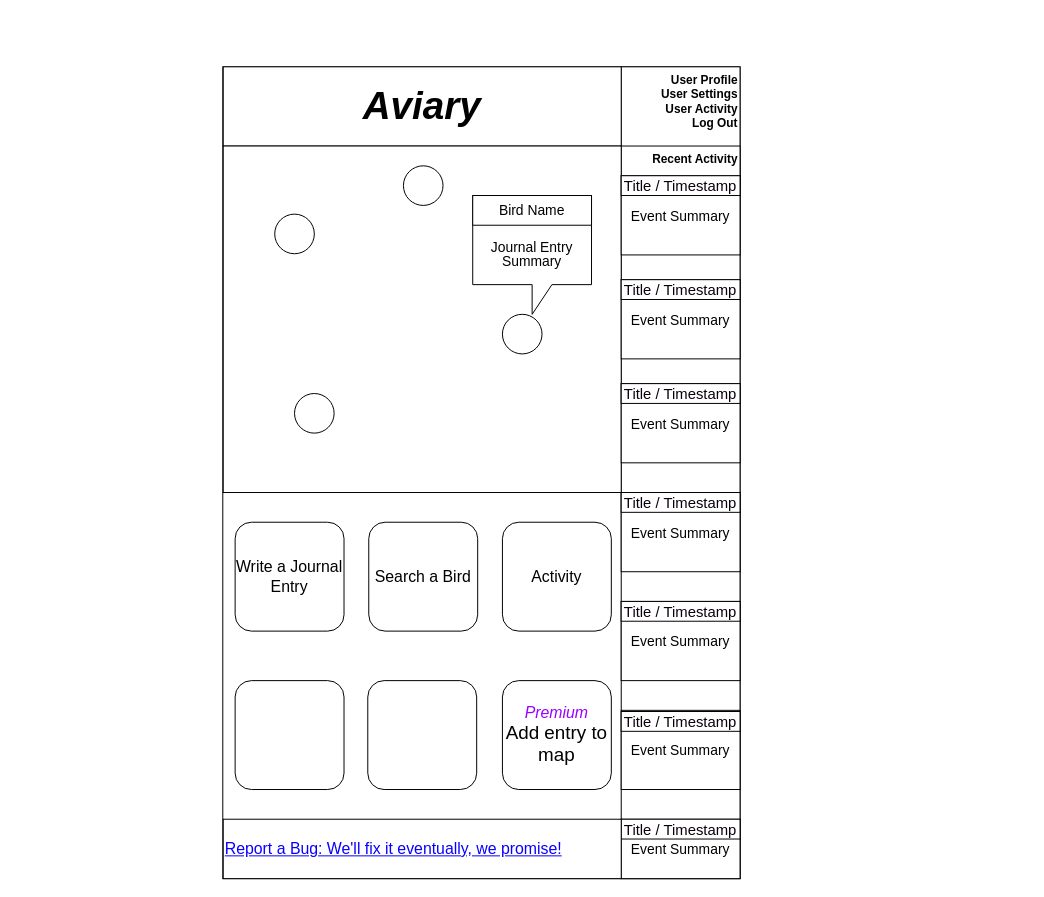
Earlier version of the draw.io diagram siteGUI.drawio (221205-test-engineering/Aviary-Build-A-Site). Source tidied: cells renumbered, new cells numbered last; positions are measured from the earlier drawing's top-left corner, leaving out a move shared by most shapes. Both pictures are drawn from the tidied source at 99%, with x=0, y=0 at pixel (75, 66).
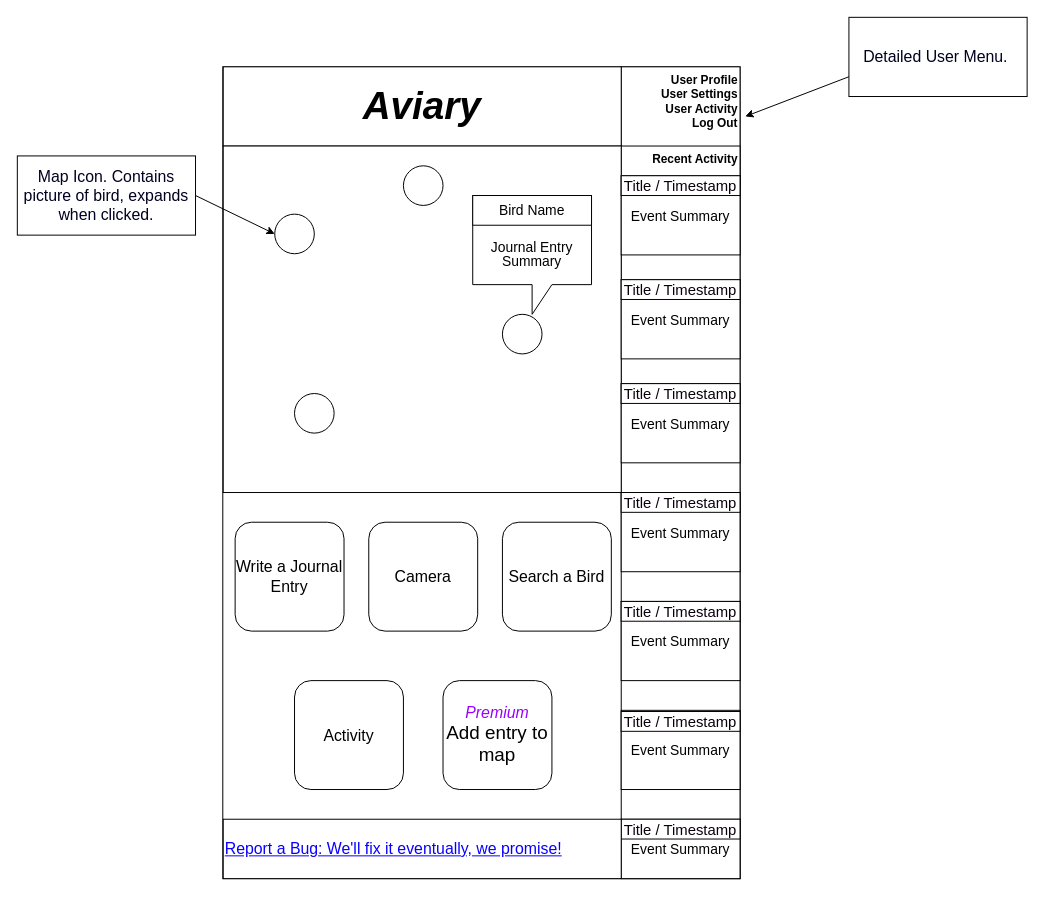
The same page after the edit.

Commit message:
added some explanations and moved the Camera button to somewhere it's less likely to be missed when the user is in a hurry

Unchanged cells that the change refers to:
```xml
<mxCell id="3" value="&lt;div style=&quot;&quot;&gt;&lt;span style=&quot;background-color: initial;&quot;&gt;User Profile&lt;/span&gt;&lt;/div&gt;&lt;div style=&quot;&quot;&gt;&lt;span style=&quot;background-color: initial;&quot;&gt;User Settings&lt;/span&gt;&lt;/div&gt;&lt;div style=&quot;&quot;&gt;&lt;span style=&quot;background-color: initial;&quot;&gt;User Activity&lt;/span&gt;&lt;/div&gt;&lt;div style=&quot;&quot;&gt;&lt;span style=&quot;background-color: initial;&quot;&gt;Log Out&lt;/span&gt;&lt;/div&gt;" style="whiteSpace=wrap;html=1;verticalAlign=top;fontStyle=1;fontFamily=Helvetica;align=right;" parent="1" vertex="1">
  <mxGeometry x="551" width="120" height="120" as="geometry" />
</mxCell>
<mxCell id="7" style="ellipse;whiteSpace=wrap;html=1;fontFamily=Helvetica;fontSize=15;" parent="1" vertex="1">
  <mxGeometry x="201" y="148.8" width="40" height="40" as="geometry" />
</mxCell>
```

The edit, as a diff of the source:
```diff
@@
     <mxCell id="27" value="Activity" style="rounded=1;whiteSpace=wrap;html=1;fontFamily=Helvetica;fontSize=16;fontColor=#000000;" parent="1" vertex="1">
-      <mxGeometry x="431" y="460" width="110" height="110" as="geometry" />
+      <mxGeometry x="221" y="620" width="110" height="110" as="geometry" />
     </mxCell>
     <mxCell id="28" value="Search a Bird" style="rounded=1;whiteSpace=wrap;html=1;fontFamily=Helvetica;fontSize=16;fontColor=#000000;" parent="1" vertex="1">
-      <mxGeometry x="296" y="460" width="110" height="110" as="geometry" />
+      <mxGeometry x="431" y="460" width="110" height="110" as="geometry" />
     </mxCell>
@@
-    <mxCell id="30" style="rounded=1;whiteSpace=wrap;html=1;fontFamily=Helvetica;fontSize=16;fontColor=#000000;" parent="1" vertex="1">
-      <mxGeometry x="161" y="620" width="110" height="110" as="geometry" />
-    </mxCell>
-    <mxCell id="31" style="rounded=1;whiteSpace=wrap;html=1;fontFamily=Helvetica;fontSize=39;fontColor=#000000;" parent="1" vertex="1">
-      <mxGeometry x="295" y="620" width="110" height="110" as="geometry" />
+    <mxCell id="31" value="Camera" style="rounded=1;whiteSpace=wrap;html=1;fontFamily=Helvetica;fontSize=16;fontColor=#000000;" parent="1" vertex="1">
+      <mxGeometry x="296" y="460" width="110" height="110" as="geometry" />
     </mxCell>
     <mxCell id="32" value="&lt;div style=&quot;&quot;&gt;&lt;font color=&quot;#9900ff&quot;&gt;&lt;i&gt;Premium&lt;/i&gt;&lt;/font&gt;&lt;/div&gt;&lt;div style=&quot;&quot;&gt;&lt;span style=&quot;background-color: initial; font-size: 19px;&quot;&gt;Add entry to map&lt;/span&gt;&lt;/div&gt;" style="rounded=1;whiteSpace=wrap;html=1;fontFamily=Helvetica;fontSize=16;fontColor=#000000;" parent="1" vertex="1">
-      <mxGeometry x="431" y="620" width="110" height="110" as="geometry" />
+      <mxGeometry x="371" y="620" width="110" height="110" as="geometry" />
     </mxCell>
@@
+    <mxCell id="34" style="endArrow=classic;html=1;rounded=0;fontFamily=Helvetica;fontSize=16;fontColor=#0800FF;entryX=0;entryY=0.5;entryDx=0;entryDy=0;" parent="1" edge="1" target="7">
+      <mxGeometry relative="1" as="geometry">
+        <mxPoint x="121" y="130" as="sourcePoint" />
+      </mxGeometry>
+    </mxCell>
+    <mxCell id="35" value="Map Icon. Contains picture of bird, expands when clicked." style="rounded=0;whiteSpace=wrap;html=1;fontFamily=Helvetica;fontSize=16;fontColor=#01001F;" parent="1" vertex="1">
+      <mxGeometry x="-59" y="90" width="180" height="80" as="geometry" />
+    </mxCell>
+    <mxCell id="36" style="endArrow=classic;html=1;rounded=0;fontFamily=Helvetica;fontSize=16;fontColor=#01001F;entryX=1.044;entryY=0.418;entryDx=0;entryDy=0;entryPerimeter=0;" parent="1" edge="1" target="3">
+      <mxGeometry relative="1" as="geometry">
+        <mxPoint x="781" y="10" as="sourcePoint" />
+      </mxGeometry>
+    </mxCell>
+    <mxCell id="37" value="Detailed User Menu.&amp;nbsp;" style="rounded=0;whiteSpace=wrap;html=1;fontFamily=Helvetica;fontSize=16;fontColor=#01001F;" parent="1" vertex="1">
+      <mxGeometry x="781" y="-50" width="180" height="80" as="geometry" />
+    </mxCell>
```
